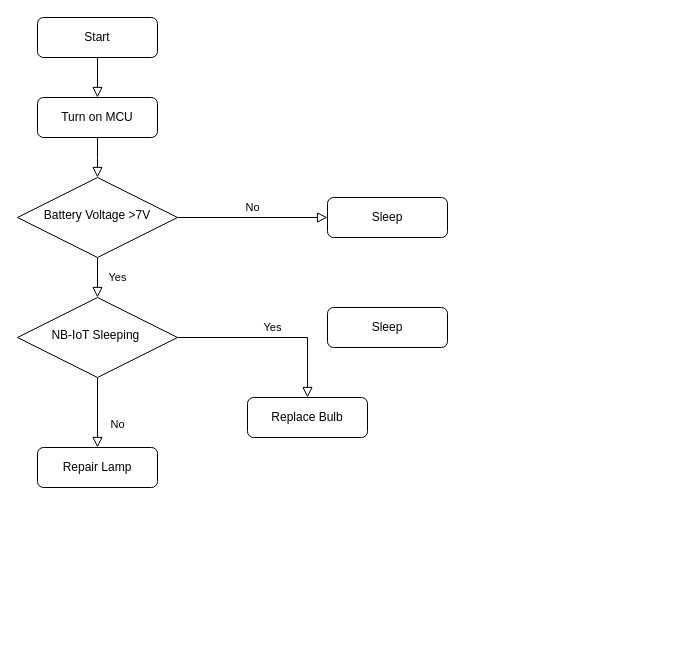
The draw.io diagram Final.drawio in K2ayzz/ForDrawIO, before the edit. Source tidied: cells renumbered, new cells numbered last; positions are measured from the earlier drawing's top-left corner, leaving out a move shared by most shapes. Both pictures are drawn from the tidied source at 100%, with x=0, y=0 at pixel (17, 17).
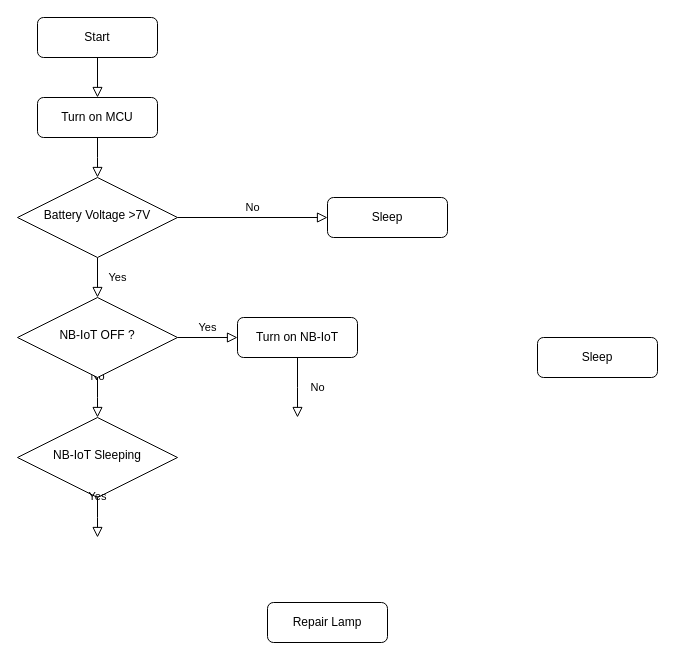
The same page after the edit.

Commit message (it also covers changes not shown here):
Cập nhật Final.drawio

What changed in the source:
```diff
@@
-    <mxCell id="8" value="No" style="rounded=0;html=1;jettySize=auto;fontSize=11;endArrow=block;endFill=0;endSize=8;strokeWidth=1;shadow=0;labelBackgroundColor=none;edgeStyle=orthogonalEdgeStyle;" parent="1" edge="1" source="10" target="11">
-      <mxGeometry x="0.33" y="20" relative="1" as="geometry" />
+    <mxCell id="8" value="No" style="rounded=0;html=1;jettySize=auto;fontSize=11;endArrow=block;endFill=0;endSize=8;strokeWidth=1;shadow=0;labelBackgroundColor=none;edgeStyle=orthogonalEdgeStyle;" parent="1" edge="1" source="10">
+      <mxGeometry x="0.01" y="20" relative="1" as="geometry">
+        <mxPoint x="80" y="400" as="targetPoint" />
+        <mxPoint y="-1" as="offset" />
+      </mxGeometry>
     </mxCell>
@@
-    <mxCell id="10" value="NB-IoT Sleeping&amp;nbsp;" style="rhombus;whiteSpace=wrap;html=1;shadow=0;fontFamily=Helvetica;fontSize=12;align=center;strokeWidth=1;spacing=6;spacingTop=-4;" parent="1" vertex="1">
+    <mxCell id="10" value="NB-IoT OFF ?" style="rhombus;whiteSpace=wrap;html=1;shadow=0;fontFamily=Helvetica;fontSize=12;align=center;strokeWidth=1;spacing=6;spacingTop=-4;" parent="1" vertex="1">
       <mxGeometry y="280" width="160" height="80" as="geometry" />
     </mxCell>
     <mxCell id="11" value="Repair Lamp" style="rounded=1;whiteSpace=wrap;html=1;fontSize=12;glass=0;strokeWidth=1;shadow=0;" parent="1" vertex="1">
-      <mxGeometry x="20" y="430" width="120" height="40" as="geometry" />
+      <mxGeometry x="250" y="585" width="120" height="40" as="geometry" />
     </mxCell>
-    <mxCell id="12" value="Replace Bulb" style="rounded=1;whiteSpace=wrap;html=1;fontSize=12;glass=0;strokeWidth=1;shadow=0;" parent="1" vertex="1">
-      <mxGeometry x="230" y="380" width="120" height="40" as="geometry" />
+    <mxCell id="12" value="Turn on NB-IoT" style="rounded=1;whiteSpace=wrap;html=1;fontSize=12;glass=0;strokeWidth=1;shadow=0;" parent="1" vertex="1">
+      <mxGeometry x="220" y="300" width="120" height="40" as="geometry" />
     </mxCell>
     <mxCell id="13" value="Sleep" style="rounded=1;whiteSpace=wrap;html=1;fontSize=12;glass=0;strokeWidth=1;shadow=0;" parent="1" vertex="1">
-      <mxGeometry x="310" y="290" width="120" height="40" as="geometry" />
+      <mxGeometry x="520" y="320" width="120" height="40" as="geometry" />
     </mxCell>
@@
+    <mxCell id="16" value="NB-IoT Sleeping" style="rhombus;whiteSpace=wrap;html=1;shadow=0;fontFamily=Helvetica;fontSize=12;align=center;strokeWidth=1;spacing=6;spacingTop=-4;" parent="1" vertex="1">
+      <mxGeometry y="400" width="160" height="80" as="geometry" />
+    </mxCell>
+    <mxCell id="17" value="No" style="rounded=0;html=1;jettySize=auto;fontSize=11;endArrow=block;endFill=0;endSize=8;strokeWidth=1;shadow=0;labelBackgroundColor=none;edgeStyle=orthogonalEdgeStyle;exitX=0.5;exitY=1;exitDx=0;exitDy=0;" parent="1" edge="1" source="12">
+      <mxGeometry x="0.01" y="20" relative="1" as="geometry">
+        <mxPoint x="280" y="400" as="targetPoint" />
+        <mxPoint y="-1" as="offset" />
+      </mxGeometry>
+    </mxCell>
+    <mxCell id="18" value="Yes" style="rounded=0;html=1;jettySize=auto;fontSize=11;endArrow=block;endFill=0;endSize=8;strokeWidth=1;shadow=0;labelBackgroundColor=none;edgeStyle=orthogonalEdgeStyle;exitX=0.5;exitY=1;exitDx=0;exitDy=0;" parent="1" edge="1" source="16">
+      <mxGeometry x="0.01" y="20" relative="1" as="geometry">
+        <mxPoint x="80" y="520" as="targetPoint" />
+        <mxPoint y="-1" as="offset" />
+      </mxGeometry>
+    </mxCell>
```
